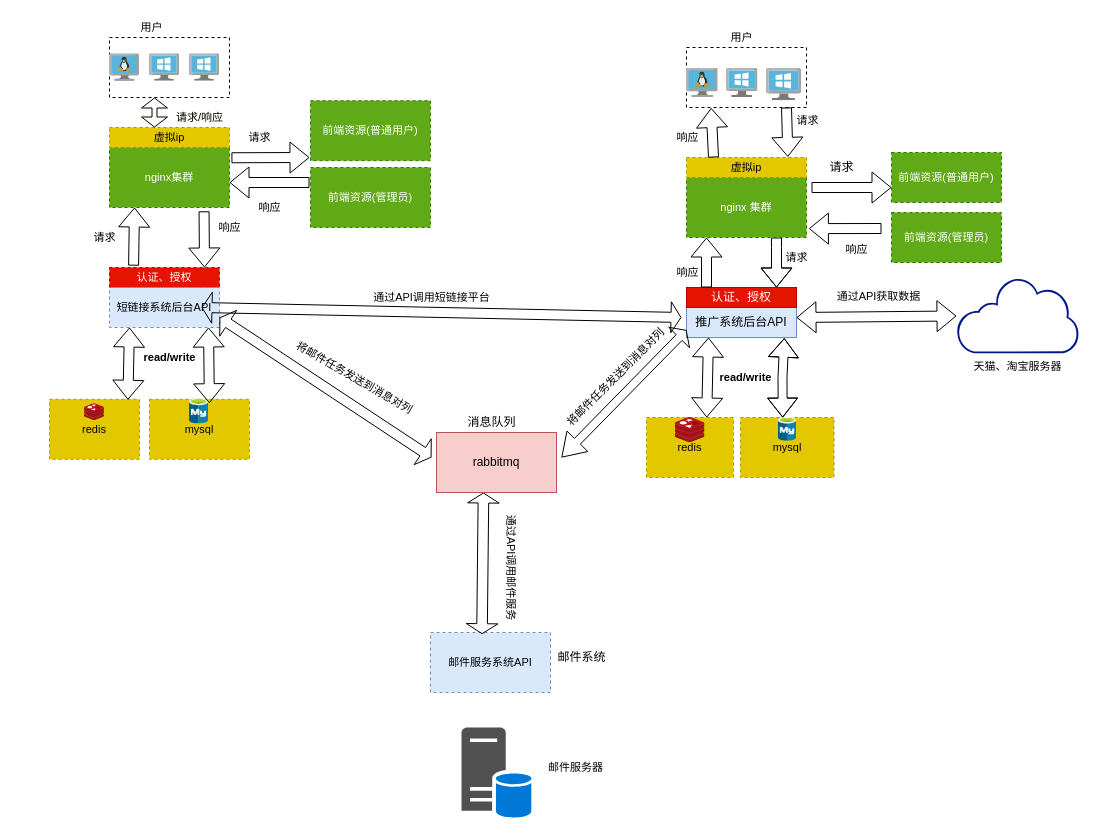
ndb000901/diagrams keeps this draw.io diagram as Untitled Diagram.drawio. Above is the earlier version. Source tidied: cells renumbered, new cells numbered last; positions are measured from the earlier drawing's top-left corner, leaving out a move shared by most shapes. Both pictures are drawn from the tidied source at 100%, with x=0, y=0 at pixel (49, 17).
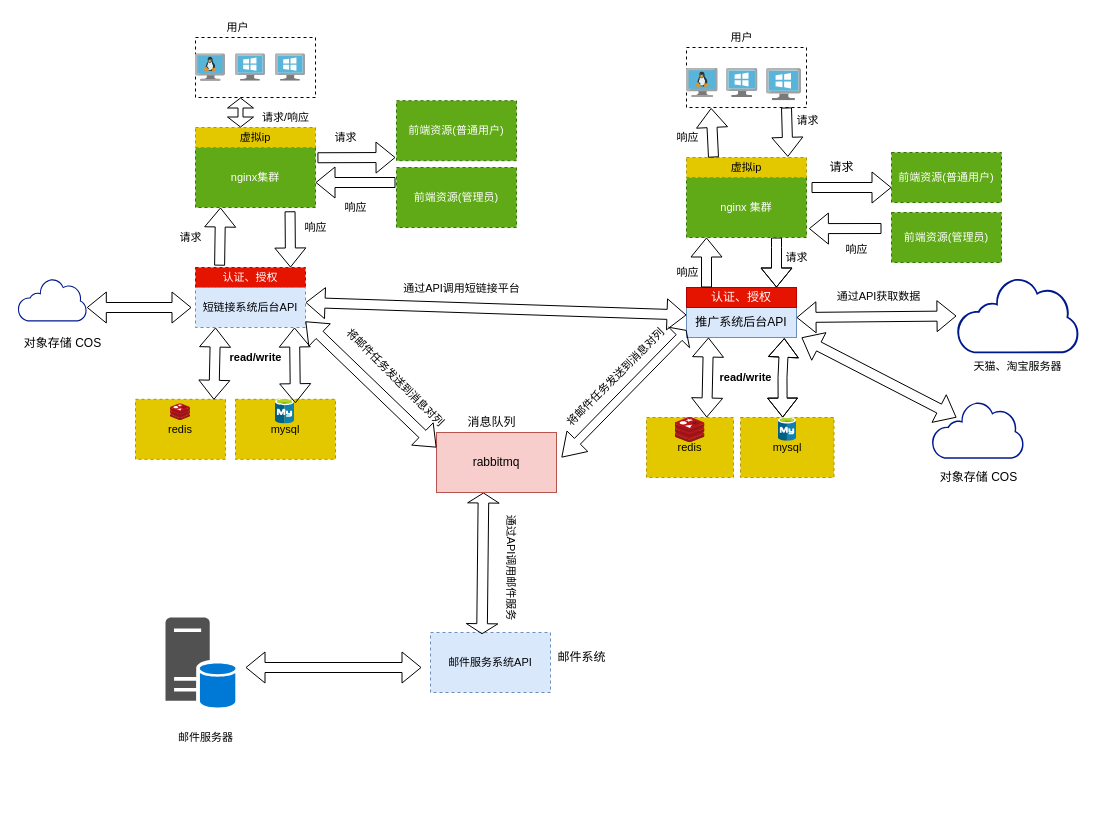
The same diagram, later.

Commit message:
5.11新系统架构.drawio

Unchanged cells that the change refers to:
```xml
<mxCell id="2" value="推广系统后台API" style="rounded=0;whiteSpace=wrap;html=1;fillColor=#dae8fc;strokeColor=#6c8ebf;" parent="1" vertex="1">
  <mxGeometry x="637" y="290" width="110" height="30" as="geometry" />
</mxCell>
<mxCell id="69" value="rabbitmq" style="rounded=0;whiteSpace=wrap;html=1;fillColor=#f8cecc;strokeColor=#b85450;" parent="1" vertex="1">
  <mxGeometry x="387" y="415" width="120" height="60" as="geometry" />
</mxCell>
```

Diff of the diagram source:
```diff
@@
     <mxCell id="32" value="认证、授权" style="rounded=0;whiteSpace=wrap;html=1;dashed=1;fontFamily=Helvetica;fontSize=11;fontColor=#ffffff;fillColor=#e51400;strokeColor=#B20000;" parent="1" vertex="1">
-      <mxGeometry x="60" y="250" width="110" height="20" as="geometry" />
+      <mxGeometry x="146" y="250" width="110" height="20" as="geometry" />
     </mxCell>
     <mxCell id="33" value="短链接系统后台API" style="rounded=0;whiteSpace=wrap;html=1;dashed=1;fontFamily=Helvetica;fontSize=11;fillColor=#dae8fc;strokeColor=#6c8ebf;" parent="1" vertex="1">
-      <mxGeometry x="60" y="270" width="110" height="40" as="geometry" />
+      <mxGeometry x="146" y="270" width="110" height="40" as="geometry" />
     </mxCell>
     <mxCell id="34" value="redis" style="rounded=0;whiteSpace=wrap;html=1;dashed=1;fontFamily=Helvetica;fontSize=11;fontColor=#000000;fillColor=#e3c800;strokeColor=#B09500;" parent="1" vertex="1">
-      <mxGeometry y="381.8" width="90" height="60" as="geometry" />
+      <mxGeometry x="86" y="381.8" width="90" height="60" as="geometry" />
     </mxCell>
     <mxCell id="35" style="sketch=0;html=1;align=center;image;fontSize=12;image=img/lib/mscae/Cache_Redis_Product.svg;dashed=1;fontFamily=Helvetica;fontColor=default;" parent="1" vertex="1">
-      <mxGeometry x="35" y="386.2" width="20" height="16.8" as="geometry" />
+      <mxGeometry x="121" y="386.2" width="20" height="16.8" as="geometry" />
     </mxCell>
     <mxCell id="36" value="mysql" style="rounded=0;whiteSpace=wrap;html=1;dashed=1;fontFamily=Helvetica;fontSize=11;fontColor=#000000;fillColor=#e3c800;strokeColor=#B09500;" parent="1" vertex="1">
-      <mxGeometry x="100" y="381.8" width="100" height="60" as="geometry" />
+      <mxGeometry x="186" y="381.8" width="100" height="60" as="geometry" />
     </mxCell>
     <mxCell id="37" style="sketch=0;html=1;points=[];align=center;image;fontSize=12;image=img/lib/mscae/Azure_Database_for_MySQL_servers.svg;dashed=1;fontFamily=Helvetica;fontColor=default;" parent="1" vertex="1">
-      <mxGeometry x="140" y="381.4" width="19" height="25" as="geometry" />
+      <mxGeometry x="226" y="381.4" width="19" height="25" as="geometry" />
     </mxCell>
     <mxCell id="38" style="shape=flexArrow;endArrow=classic;startArrow=classic;html=1;rounded=0;labelBackgroundColor=default;fontFamily=Helvetica;fontSize=11;fontColor=default;strokeColor=default;exitX=0.871;exitY=0.008;exitDx=0;exitDy=0;exitPerimeter=0;" parent="1" edge="1" source="34">
       <mxGeometry relative="1" as="geometry">
-        <mxPoint x="80" y="310" as="targetPoint" />
+        <mxPoint x="166" y="310" as="targetPoint" />
       </mxGeometry>
     </mxCell>
     <mxCell id="39" style="shape=flexArrow;endArrow=classic;startArrow=classic;html=1;rounded=0;labelBackgroundColor=default;fontFamily=Helvetica;fontSize=11;fontColor=default;strokeColor=default;exitX=1.048;exitY=0.173;exitDx=0;exitDy=0;exitPerimeter=0;" parent="1" edge="1" source="37">
       <mxGeometry relative="1" as="geometry">
-        <mxPoint x="159" y="310" as="targetPoint" />
+        <mxPoint x="245" y="310" as="targetPoint" />
       </mxGeometry>
     </mxCell>
     <mxCell id="40" value="&lt;b&gt;read/write&lt;/b&gt;" style="text;html=1;align=center;verticalAlign=middle;strokeColor=none;fillColor=none;fontSize=11;fontFamily=Helvetica;fontColor=default;" parent="1" vertex="1">
-      <mxGeometry x="85" y="330" width="70" height="20" as="geometry" />
+      <mxGeometry x="171" y="330" width="70" height="20" as="geometry" />
     </mxCell>
     <mxCell id="41" value="nginx集群" style="rounded=0;whiteSpace=wrap;html=1;dashed=1;fontFamily=Helvetica;fontSize=11;fontColor=#ffffff;fillColor=#60a917;strokeColor=#2D7600;" parent="1" vertex="1">
-      <mxGeometry x="60" y="130" width="120" height="60" as="geometry" />
+      <mxGeometry x="146" y="130" width="120" height="60" as="geometry" />
     </mxCell>
     <mxCell id="42" value="虚拟ip" style="rounded=0;whiteSpace=wrap;html=1;dashed=1;fontFamily=Helvetica;fontSize=11;fontColor=#000000;fillColor=#e3c800;strokeColor=#B09500;" parent="1" vertex="1">
-      <mxGeometry x="60" y="110" width="120" height="20" as="geometry" />
+      <mxGeometry x="146" y="110" width="120" height="20" as="geometry" />
     </mxCell>
     <mxCell id="43" value="前端资源(普通用户)" style="rounded=0;whiteSpace=wrap;html=1;dashed=1;fontFamily=Helvetica;fontSize=11;fontColor=#ffffff;fillColor=#60a917;strokeColor=#2D7600;" parent="1" vertex="1">
-      <mxGeometry x="261" y="83.2" width="120" height="60" as="geometry" />
+      <mxGeometry x="347" y="83.2" width="120" height="60" as="geometry" />
     </mxCell>
     <mxCell id="44" style="shape=flexArrow;endArrow=classic;html=1;rounded=0;labelBackgroundColor=default;fontFamily=Helvetica;fontSize=11;fontColor=default;strokeColor=default;exitX=1.016;exitY=0.171;exitDx=0;exitDy=0;exitPerimeter=0;" parent="1" edge="1" source="41">
       <mxGeometry relative="1" as="geometry">
-        <mxPoint x="260" y="140" as="targetPoint" />
+        <mxPoint x="346" y="140" as="targetPoint" />
       </mxGeometry>
     </mxCell>
     <mxCell id="45" value="响应" style="text;html=1;align=center;verticalAlign=middle;strokeColor=none;fillColor=none;fontSize=11;fontFamily=Helvetica;fontColor=default;" parent="1" vertex="1">
-      <mxGeometry x="200" y="180" width="40" height="20" as="geometry" />
+      <mxGeometry x="286" y="180" width="40" height="20" as="geometry" />
     </mxCell>
     <mxCell id="46" value="请求" style="text;html=1;align=center;verticalAlign=middle;strokeColor=none;fillColor=none;fontSize=11;fontFamily=Helvetica;fontColor=default;" parent="1" vertex="1">
-      <mxGeometry x="190" y="110" width="40" height="20" as="geometry" />
+      <mxGeometry x="276" y="110" width="40" height="20" as="geometry" />
     </mxCell>
     <mxCell id="47" style="shape=flexArrow;endArrow=classic;html=1;rounded=0;labelBackgroundColor=default;fontFamily=Helvetica;fontSize=11;fontColor=default;strokeColor=default;exitX=0.219;exitY=-0.091;exitDx=0;exitDy=0;exitPerimeter=0;" parent="1" edge="1" source="32">
       <mxGeometry relative="1" as="geometry">
-        <mxPoint x="85" y="190" as="targetPoint" />
+        <mxPoint x="171" y="190" as="targetPoint" />
       </mxGeometry>
     </mxCell>
     <mxCell id="48" style="shape=flexArrow;endArrow=classic;html=1;rounded=0;labelBackgroundColor=default;fontFamily=Helvetica;fontSize=11;fontColor=default;strokeColor=default;exitX=0.788;exitY=1.063;exitDx=0;exitDy=0;exitPerimeter=0;" parent="1" edge="1" source="41">
       <mxGeometry relative="1" as="geometry">
-        <mxPoint x="155" y="250" as="targetPoint" />
+        <mxPoint x="241" y="250" as="targetPoint" />
       </mxGeometry>
     </mxCell>
     <mxCell id="49" value="响应" style="text;html=1;align=center;verticalAlign=middle;strokeColor=none;fillColor=none;fontSize=11;fontFamily=Helvetica;fontColor=default;" parent="1" vertex="1">
-      <mxGeometry x="160" y="200" width="40" height="20" as="geometry" />
+      <mxGeometry x="246" y="200" width="40" height="20" as="geometry" />
     </mxCell>
     <mxCell id="50" value="请求" style="text;html=1;align=center;verticalAlign=middle;strokeColor=none;fillColor=none;fontSize=11;fontFamily=Helvetica;fontColor=default;" parent="1" vertex="1">
-      <mxGeometry x="35" y="210" width="40" height="20" as="geometry" />
+      <mxGeometry x="121" y="210" width="40" height="20" as="geometry" />
     </mxCell>
     <mxCell id="51" style="rounded=0;whiteSpace=wrap;html=1;dashed=1;fontFamily=Helvetica;fontSize=11;fontColor=default;" parent="1" vertex="1">
-      <mxGeometry x="60" y="20" width="120" height="60" as="geometry" />
+      <mxGeometry x="146" y="20" width="120" height="60" as="geometry" />
     </mxCell>
     <mxCell id="52" style="sketch=0;html=1;align=center;image;fontSize=12;image=img/lib/mscae/VM_Linux.svg;dashed=1;fontFamily=Helvetica;fontColor=default;" parent="1" vertex="1">
-      <mxGeometry x="60" y="36.2" width="30" height="27.6" as="geometry" />
+      <mxGeometry x="146" y="36.2" width="30" height="27.6" as="geometry" />
     </mxCell>
     <mxCell id="53" style="sketch=0;html=1;align=center;image;fontSize=12;image=img/lib/mscae/VirtualMachineWindows.svg;dashed=1;fontFamily=Helvetica;fontColor=default;" parent="1" vertex="1">
-      <mxGeometry x="100" y="36.2" width="30" height="27.6" as="geometry" />
+      <mxGeometry x="186" y="36.2" width="30" height="27.6" as="geometry" />
     </mxCell>
     <mxCell id="54" style="sketch=0;html=1;align=center;image;fontSize=12;image=img/lib/mscae/VirtualMachineWindows.svg;dashed=1;fontFamily=Helvetica;fontColor=default;" parent="1" vertex="1">
-      <mxGeometry x="140" y="36.2" width="30" height="27.6" as="geometry" />
+      <mxGeometry x="226" y="36.2" width="30" height="27.6" as="geometry" />
     </mxCell>
     <mxCell id="55" value="用户" style="text;html=1;align=center;verticalAlign=middle;strokeColor=none;fillColor=none;fontSize=11;fontFamily=Helvetica;fontColor=default;" parent="1" vertex="1">
-      <mxGeometry x="82" width="40" height="20" as="geometry" />
+      <mxGeometry x="168" width="40" height="20" as="geometry" />
     </mxCell>
     <mxCell id="56" style="shape=flexArrow;endArrow=classic;startArrow=classic;html=1;rounded=0;labelBackgroundColor=default;fontFamily=Helvetica;fontSize=11;fontColor=default;strokeColor=default;width=5;endSize=3;startSize=3;exitX=0.667;exitY=0;exitDx=0;exitDy=0;exitPerimeter=0;" parent="1" edge="1">
       <mxGeometry relative="1" as="geometry">
-        <mxPoint x="105" y="110" as="sourcePoint" />
-        <mxPoint x="105" y="80" as="targetPoint" />
+        <mxPoint x="191" y="110" as="sourcePoint" />
+        <mxPoint x="191" y="80" as="targetPoint" />
       </mxGeometry>
     </mxCell>
     <mxCell id="57" value="请求/响应" style="text;html=1;align=center;verticalAlign=middle;strokeColor=none;fillColor=none;fontSize=11;fontFamily=Helvetica;fontColor=default;" parent="1" vertex="1">
-      <mxGeometry x="115" y="90" width="70" height="20" as="geometry" />
+      <mxGeometry x="201" y="90" width="70" height="20" as="geometry" />
     </mxCell>
@@
-    <mxCell id="60" style="shape=flexArrow;endArrow=classic;startArrow=classic;html=1;rounded=0;labelBackgroundColor=default;fontFamily=Helvetica;fontSize=11;fontColor=default;startSize=3;endSize=3;strokeColor=default;entryX=1;entryY=0.75;entryDx=0;entryDy=0;" parent="1" edge="1" target="33">
-      <mxGeometry relative="1" as="geometry">
-        <mxPoint x="382" y="440" as="sourcePoint" />
-      </mxGeometry>
-    </mxCell>
     <mxCell id="61" value="邮件服务器" style="text;html=1;align=center;verticalAlign=middle;strokeColor=none;fillColor=none;fontSize=11;fontFamily=Helvetica;fontColor=default;" parent="1" vertex="1">
-      <mxGeometry x="486" y="740" width="80" height="20" as="geometry" />
+      <mxGeometry x="116" y="710" width="80" height="20" as="geometry" />
     </mxCell>
     <mxCell id="62" style="sketch=0;shadow=0;dashed=0;html=1;strokeColor=none;labelPosition=center;verticalLabelPosition=bottom;verticalAlign=top;align=center;fillColor=#515151;shape=mxgraph.mscae.system_center.primary_site;fontFamily=Helvetica;fontSize=11;fontColor=default;" parent="1" vertex="1">
-      <mxGeometry x="412" y="710" width="70" height="90" as="geometry" />
+      <mxGeometry x="116" y="600" width="70" height="90" as="geometry" />
     </mxCell>
@@
-    <mxCell id="64" value="将邮件任务发送到消息对列" style="text;html=1;align=center;verticalAlign=middle;strokeColor=none;fillColor=none;fontSize=11;fontFamily=Helvetica;fontColor=default;rotation=30;" parent="1" vertex="1">
-      <mxGeometry x="225" y="350" width="160" height="20" as="geometry" />
+    <mxCell id="64" value="将邮件任务发送到消息对列" style="text;html=1;align=center;verticalAlign=middle;strokeColor=none;fillColor=none;fontSize=11;fontFamily=Helvetica;fontColor=default;rotation=45;" parent="1" vertex="1">
+      <mxGeometry x="266" y="350" width="160" height="20" as="geometry" />
     </mxCell>
@@
-    <mxCell id="67" style="shape=flexArrow;endArrow=classic;startArrow=classic;html=1;rounded=0;labelBackgroundColor=default;fontFamily=Helvetica;fontSize=11;fontColor=default;startSize=3;endSize=3;strokeColor=default;" parent="1" edge="1">
-      <mxGeometry relative="1" as="geometry">
-        <mxPoint x="152" y="290" as="sourcePoint" />
-        <mxPoint x="632" y="300" as="targetPoint" />
-      </mxGeometry>
-    </mxCell>
     <mxCell id="68" value="通过API调用短链接平台" style="text;html=1;align=center;verticalAlign=middle;strokeColor=none;fillColor=none;fontSize=11;fontFamily=Helvetica;fontColor=default;" parent="1" vertex="1">
-      <mxGeometry x="312" y="270" width="140" height="20" as="geometry" />
+      <mxGeometry x="342" y="261" width="140" height="20" as="geometry" />
     </mxCell>
@@
     <mxCell id="71" value="前端资源(管理员)" style="rounded=0;whiteSpace=wrap;html=1;dashed=1;fontFamily=Helvetica;fontSize=11;fontColor=#ffffff;fillColor=#60a917;strokeColor=#2D7600;" parent="1" vertex="1">
-      <mxGeometry x="261" y="150" width="120" height="60" as="geometry" />
+      <mxGeometry x="347" y="150" width="120" height="60" as="geometry" />
     </mxCell>
     <mxCell id="72" style="shape=flexArrow;endArrow=classic;html=1;rounded=0;" parent="1" edge="1">
       <mxGeometry relative="1" as="geometry">
-        <mxPoint x="260" y="165" as="sourcePoint" />
-        <mxPoint x="180" y="165" as="targetPoint" />
+        <mxPoint x="346" y="165" as="sourcePoint" />
+        <mxPoint x="266" y="165" as="targetPoint" />
       </mxGeometry>
     </mxCell>
@@
+    <mxCell id="77" value="&lt;h1 style=&quot;outline: none; margin: 0px; padding: 0px; font-size: 40px; box-sizing: border-box; -webkit-tap-highlight-color: transparent; line-height: 52px; font-weight: 500; overflow: hidden; text-overflow: ellipsis; font-family: &amp;quot;pingfang SC&amp;quot;, &amp;quot;helvetica neue&amp;quot;, arial, &amp;quot;hiragino sans gb&amp;quot;, &amp;quot;microsoft yahei ui&amp;quot;, &amp;quot;microsoft yahei&amp;quot;, simsun, sans-serif; text-align: start; background-color: rgb(241, 243, 244);&quot; id=&quot;hero_tit&quot; class=&quot;tpm-prod-hero__tit&quot;&gt;&lt;br&gt;&lt;/h1&gt;" style="sketch=0;shadow=0;dashed=0;html=1;strokeColor=none;labelPosition=center;verticalLabelPosition=bottom;verticalAlign=top;align=center;fillColor=#00188D;shape=mxgraph.mscae.enterprise.internet_hollow;fontFamily=Helvetica;fontSize=11;fontColor=default;" parent="1" vertex="1">
+      <mxGeometry x="882" y="384" width="92.3" height="57.2" as="geometry" />
+    </mxCell>
+    <mxCell id="78" value="对象存储 COS" style="text;html=1;align=center;verticalAlign=middle;strokeColor=none;fillColor=none;" parent="1" vertex="1">
+      <mxGeometry x="884.3" y="450" width="90" height="20" as="geometry" />
+    </mxCell>
+    <mxCell id="79" style="shape=flexArrow;endArrow=classic;startArrow=classic;html=1;rounded=0;" parent="1" edge="1">
+      <mxGeometry relative="1" as="geometry">
+        <mxPoint x="752" y="320" as="sourcePoint" />
+        <mxPoint x="907" y="400" as="targetPoint" />
+      </mxGeometry>
+    </mxCell>
+    <mxCell id="80" value="&lt;h1 style=&quot;outline: none; margin: 0px; padding: 0px; font-size: 40px; box-sizing: border-box; -webkit-tap-highlight-color: transparent; line-height: 52px; font-weight: 500; overflow: hidden; text-overflow: ellipsis; font-family: &amp;quot;pingfang SC&amp;quot;, &amp;quot;helvetica neue&amp;quot;, arial, &amp;quot;hiragino sans gb&amp;quot;, &amp;quot;microsoft yahei ui&amp;quot;, &amp;quot;microsoft yahei&amp;quot;, simsun, sans-serif; text-align: start; background-color: rgb(241, 243, 244);&quot; id=&quot;hero_tit&quot; class=&quot;tpm-prod-hero__tit&quot;&gt;&lt;br&gt;&lt;/h1&gt;" style="sketch=0;shadow=0;dashed=0;html=1;strokeColor=none;labelPosition=center;verticalLabelPosition=bottom;verticalAlign=top;align=center;fillColor=#00188D;shape=mxgraph.mscae.enterprise.internet_hollow;fontFamily=Helvetica;fontSize=11;fontColor=default;" parent="1" vertex="1">
+      <mxGeometry x="-32" y="261" width="69.3" height="42.9" as="geometry" />
+    </mxCell>
+    <mxCell id="81" value="对象存储 COS" style="text;html=1;align=center;verticalAlign=middle;strokeColor=none;fillColor=none;" parent="1" vertex="1">
+      <mxGeometry x="-32" y="315.8" width="90" height="20" as="geometry" />
+    </mxCell>
+    <mxCell id="82" style="shape=flexArrow;endArrow=classic;startArrow=classic;html=1;rounded=0;entryX=0;entryY=0.25;entryDx=0;entryDy=0;" parent="1" edge="1" target="2">
+      <mxGeometry relative="1" as="geometry">
+        <mxPoint x="256" y="285" as="sourcePoint" />
+      </mxGeometry>
+    </mxCell>
+    <mxCell id="83" style="shape=flexArrow;endArrow=classic;startArrow=classic;html=1;rounded=0;entryX=0;entryY=0.25;entryDx=0;entryDy=0;" parent="1" edge="1" target="69">
+      <mxGeometry relative="1" as="geometry">
+        <mxPoint x="256" y="303.9" as="sourcePoint" />
+      </mxGeometry>
+    </mxCell>
+    <mxCell id="84" style="shape=flexArrow;endArrow=classic;startArrow=classic;html=1;rounded=0;" parent="1" edge="1">
+      <mxGeometry relative="1" as="geometry">
+        <mxPoint x="37.3" y="290" as="sourcePoint" />
+        <mxPoint x="142" y="290" as="targetPoint" />
+      </mxGeometry>
+    </mxCell>
+    <mxCell id="85" style="shape=flexArrow;endArrow=classic;startArrow=classic;html=1;rounded=0;" parent="1" edge="1">
+      <mxGeometry relative="1" as="geometry">
+        <mxPoint x="196" y="650" as="sourcePoint" />
+        <mxPoint x="372" y="650" as="targetPoint" />
+      </mxGeometry>
+    </mxCell>
```
